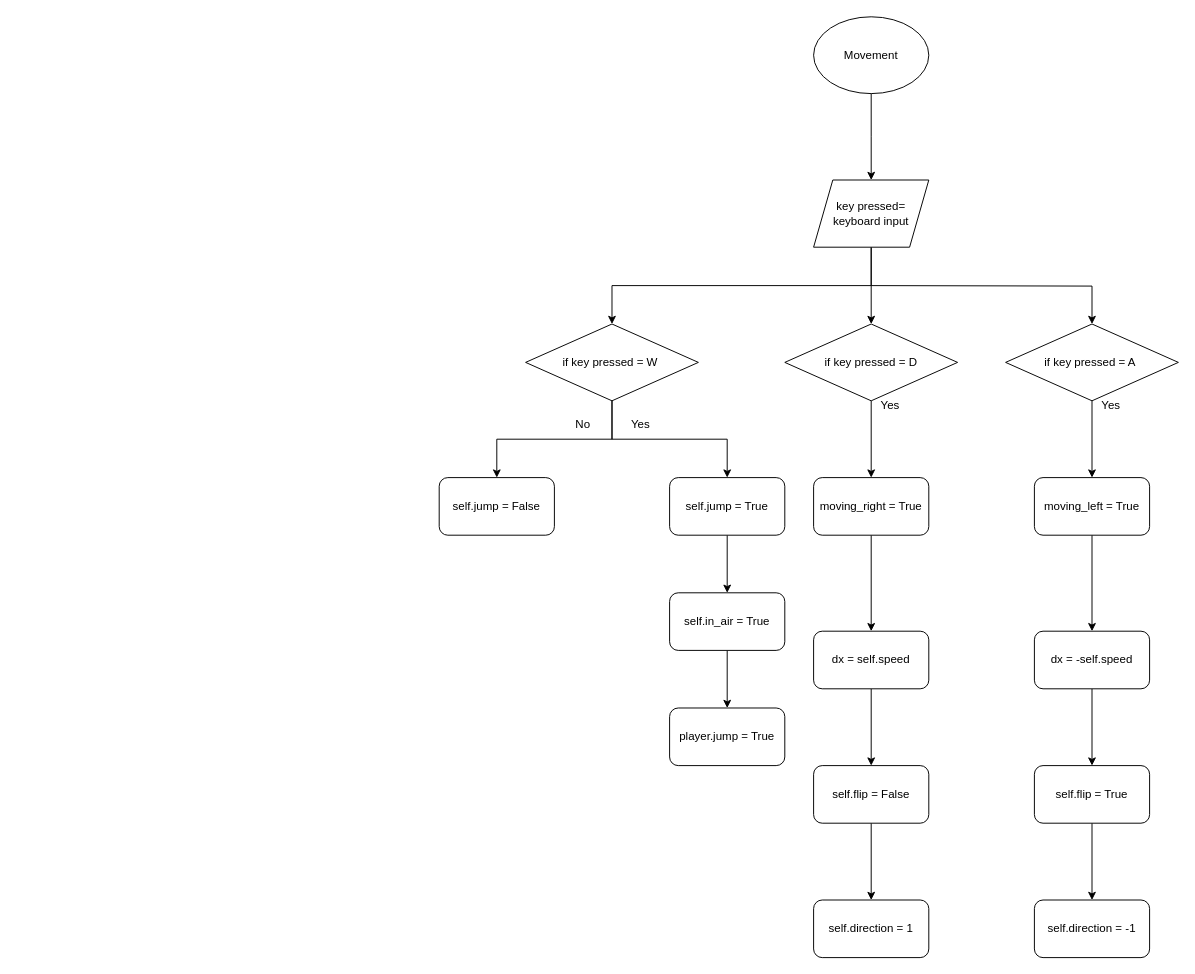
Earlier version of the draw.io diagram docs/dfd_gameplay.drawio (jlk31/CS-NEA). Source tidied: cells renumbered, new cells numbered last; positions are measured from the earlier drawing's top-left corner, leaving out a move shared by most shapes. Both pictures are drawn from the tidied source at 96%, with x=0, y=0 at pixel (439, 16).
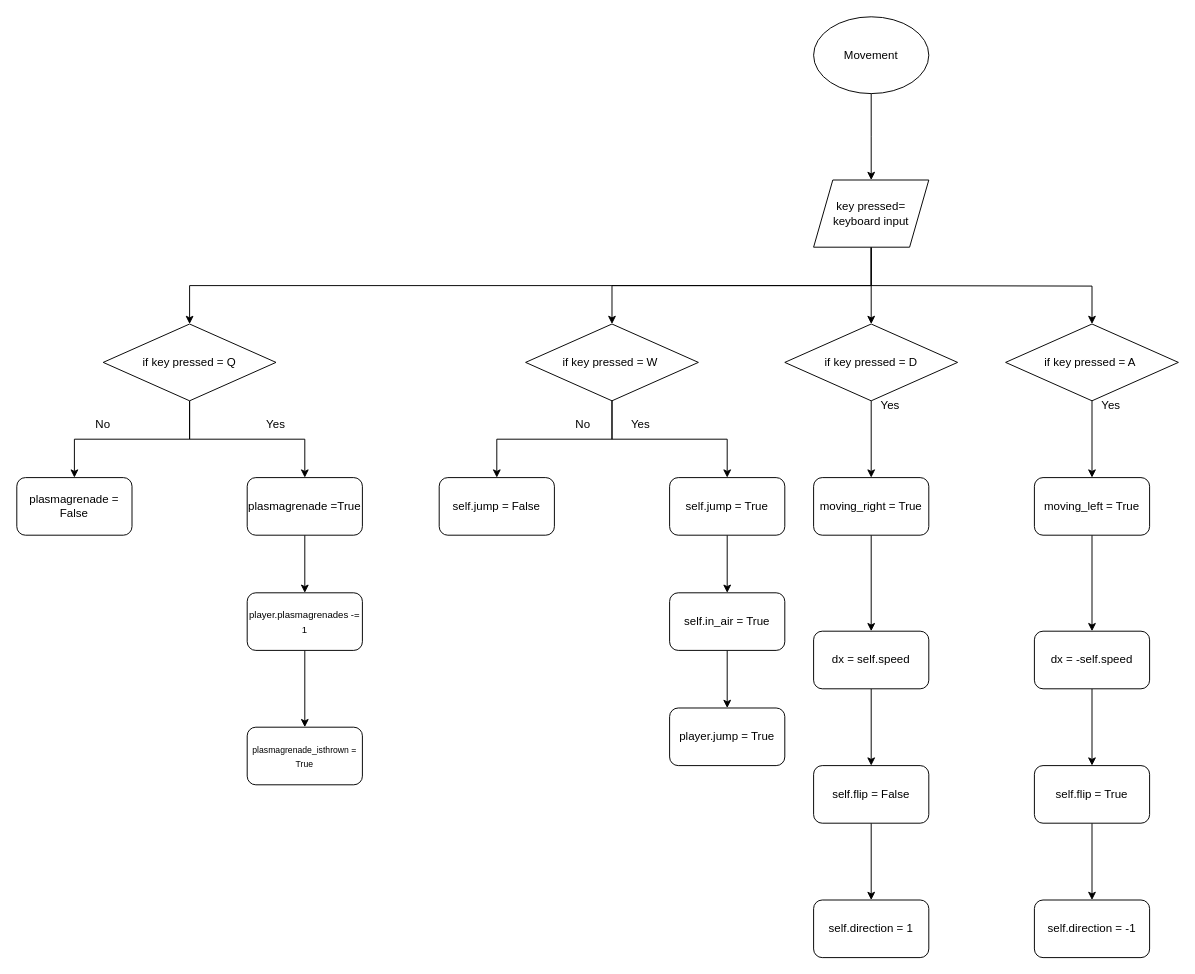
After the change.

Unchanged cells that the change refers to:
```xml
<mxCell id="7" value="key pressed= keyboard input" style="shape=parallelogram;perimeter=parallelogramPerimeter;whiteSpace=wrap;html=1;fixedSize=1;" parent="1" vertex="1">
  <mxGeometry x="390" y="170" width="120" height="70" as="geometry" />
</mxCell>
```

Change to the diagram source:
```diff
@@
+    <mxCell id="39" style="edgeStyle=orthogonalEdgeStyle;rounded=0;jettySize=auto;html=1;entryX=0.5;entryY=0;entryDx=0;entryDy=0;" parent="1" edge="1" source="7" target="42">
+      <mxGeometry relative="1" as="geometry">
+        <Array as="points">
+          <mxPoint x="450" y="280" />
+          <mxPoint x="-260" y="280" />
+        </Array>
+      </mxGeometry>
+    </mxCell>
@@
+    <mxCell id="40" style="edgeStyle=orthogonalEdgeStyle;rounded=0;jettySize=auto;html=1;entryX=0.5;entryY=0;entryDx=0;entryDy=0;" parent="1" edge="1" source="42" target="43">
+      <mxGeometry relative="1" as="geometry" />
+    </mxCell>
+    <mxCell id="41" style="edgeStyle=orthogonalEdgeStyle;rounded=0;jettySize=auto;html=1;entryX=0.5;entryY=0;entryDx=0;entryDy=0;" parent="1" edge="1" source="42" target="45">
+      <mxGeometry relative="1" as="geometry" />
+    </mxCell>
+    <mxCell id="42" value="if key pressed = Q" style="rhombus;whiteSpace=wrap;html=1;" parent="1" vertex="1">
+      <mxGeometry x="-350" y="320" width="180" height="80" as="geometry" />
+    </mxCell>
+    <mxCell id="43" value="plasmagrenade = False" style="rounded=1;whiteSpace=wrap;html=1;" parent="1" vertex="1">
+      <mxGeometry x="-440" y="480" width="120" height="60" as="geometry" />
+    </mxCell>
+    <mxCell id="44" style="edgeStyle=orthogonalEdgeStyle;rounded=0;jettySize=auto;html=1;" parent="1" edge="1" source="45" target="49">
+      <mxGeometry relative="1" as="geometry" />
+    </mxCell>
+    <mxCell id="45" value="plasmagrenade =True" style="rounded=1;whiteSpace=wrap;html=1;" parent="1" vertex="1">
+      <mxGeometry x="-200" y="480" width="120" height="60" as="geometry" />
+    </mxCell>
+    <mxCell id="46" value="Yes" style="text;html=1;align=center;verticalAlign=middle;whiteSpace=wrap;rounded=0;" parent="1" vertex="1">
+      <mxGeometry x="-200" y="410" width="60" height="30" as="geometry" />
+    </mxCell>
+    <mxCell id="47" value="No" style="text;html=1;align=center;verticalAlign=middle;whiteSpace=wrap;rounded=0;" parent="1" vertex="1">
+      <mxGeometry x="-380" y="410" width="60" height="30" as="geometry" />
+    </mxCell>
+    <mxCell id="48" style="edgeStyle=orthogonalEdgeStyle;rounded=0;jettySize=auto;html=1;" parent="1" edge="1" source="49" target="50">
+      <mxGeometry relative="1" as="geometry" />
+    </mxCell>
+    <mxCell id="49" value="&lt;font style=&quot;font-size: 10px;&quot;&gt;player.plasmagrenades -= 1&lt;/font&gt;" style="whiteSpace=wrap;html=1;rounded=1;" parent="1" vertex="1">
+      <mxGeometry x="-200" y="600" width="120" height="60" as="geometry" />
+    </mxCell>
+    <mxCell id="50" value="&lt;font style=&quot;font-size: 9px;&quot;&gt;plasmagrenade_isthrown = True&lt;/font&gt;" style="whiteSpace=wrap;html=1;rounded=1;" parent="1" vertex="1">
+      <mxGeometry x="-200" y="740" width="120" height="60" as="geometry" />
+    </mxCell>
```
